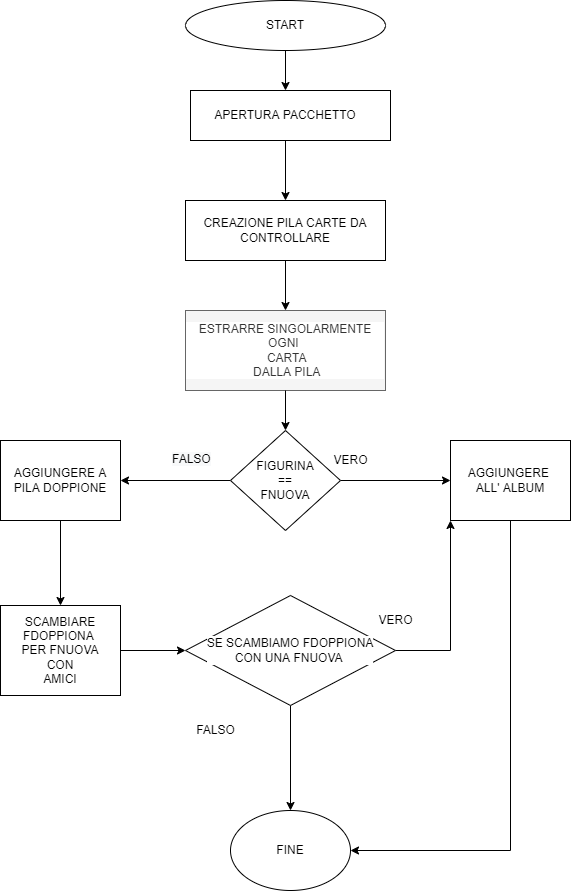
This is Diagramma_di_flusso.png from LorenzoPrimogeri/human-code, a draw.io export, as it was before one commit. Source tidied: cells renumbered, new cells last; positions are measured from the earlier drawing's top-left corner, leaving out a move shared by most shapes.
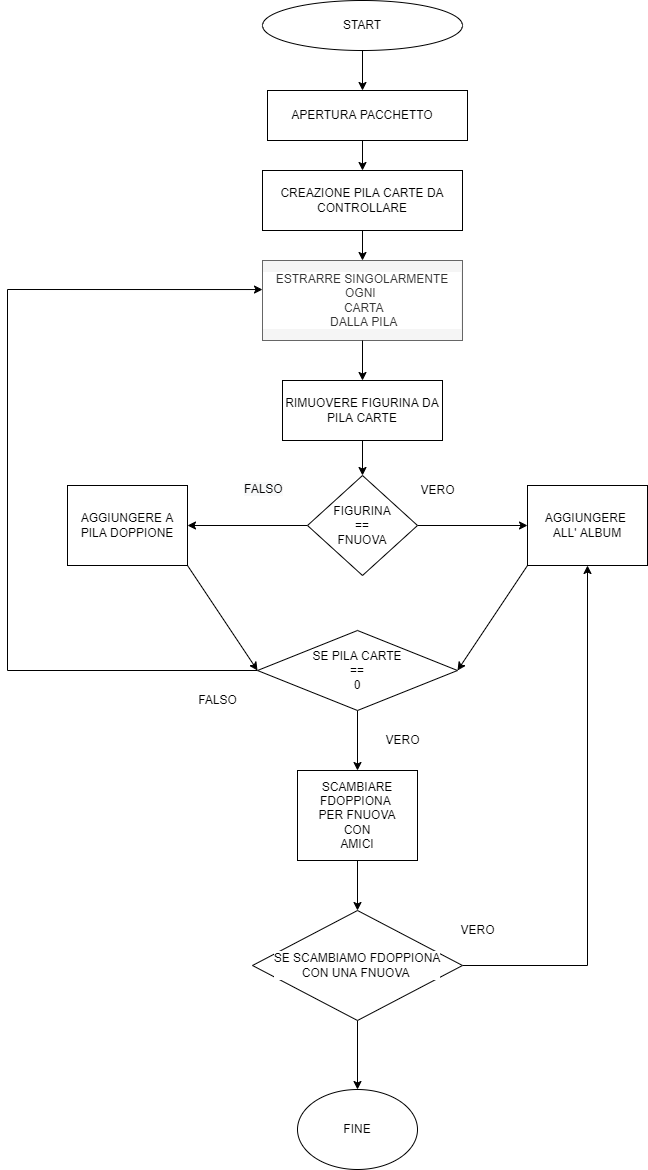
The same diagram one commit later.

The edit, as a diff of the source:
```diff
@@ -18,7 +18,7 @@
       <mxGeometry x="185" y="90" width="200" height="50" as="geometry" />
     </mxCell>
     <mxCell id="7" value="ESTRARRE SINGOLARMENTE OGNI&amp;nbsp;&lt;br&gt;&amp;nbsp;CARTA&lt;br&gt;&amp;nbsp;DALLA PILA" style="text;html=1;align=center;verticalAlign=middle;whiteSpace=wrap;rounded=0;labelBackgroundColor=#FFFFFF;fillColor=#f5f5f5;fontColor=#333333;strokeColor=#666666;" parent="1" vertex="1">
-      <mxGeometry x="185" y="310" width="200" height="80" as="geometry" />
+      <mxGeometry x="185" y="260" width="200" height="80" as="geometry" />
     </mxCell>
     <mxCell id="8" style="edgeStyle=orthogonalEdgeStyle;rounded=0;jettySize=auto;html=1;fontColor=#000000;" parent="1" edge="1" source="10" target="13">
       <mxGeometry relative="1" as="geometry" />
@@ -27,65 +27,86 @@
       <mxGeometry relative="1" as="geometry" />
     </mxCell>
     <mxCell id="10" value="FIGURINA&lt;br&gt;==&lt;br&gt;FNUOVA" style="rhombus;whiteSpace=wrap;html=1;labelBackgroundColor=#FFFFFF;fontColor=#000000;fillColor=#FFFFFF;" parent="1" vertex="1">
-      <mxGeometry x="230" y="430" width="110" height="100" as="geometry" />
+      <mxGeometry x="230" y="475" width="110" height="100" as="geometry" />
     </mxCell>
-    <mxCell id="11" style="endArrow=classic;html=1;rounded=0;fontColor=#000000;entryX=0.5;entryY=0;entryDx=0;entryDy=0;exitX=0.5;exitY=1;exitDx=0;exitDy=0;" parent="1" edge="1" source="7" target="10">
-      <mxGeometry relative="1" as="geometry" />
+    <mxCell id="11" style="endArrow=classic;html=1;rounded=0;fontColor=#000000;exitX=0.5;exitY=1;exitDx=0;exitDy=0;" parent="1" edge="1" source="7">
+      <mxGeometry relative="1" as="geometry">
+        <mxPoint x="285" y="380" as="targetPoint" />
+      </mxGeometry>
     </mxCell>
-    <mxCell id="12" style="edgeStyle=orthogonalEdgeStyle;rounded=0;jettySize=auto;html=1;entryX=1;entryY=0.5;entryDx=0;entryDy=0;fontColor=#000000;" parent="1" edge="1" source="13" target="21">
-      <mxGeometry relative="1" as="geometry">
-        <Array as="points">
-          <mxPoint x="510" y="850" />
-        </Array>
-      </mxGeometry>
-    </mxCell>
     <mxCell id="13" value="AGGIUNGERE &lt;br&gt;ALL' ALBUM" style="whiteSpace=wrap;html=1;fillColor=#FFFFFF;fontColor=#000000;labelBackgroundColor=#FFFFFF;" parent="1" vertex="1">
-      <mxGeometry x="450" y="440" width="120" height="80" as="geometry" />
+      <mxGeometry x="450" y="485" width="120" height="80" as="geometry" />
     </mxCell>
-    <mxCell id="14" style="edgeStyle=orthogonalEdgeStyle;rounded=0;jettySize=auto;html=1;fontColor=#000000;" parent="1" edge="1" source="15" target="19">
-      <mxGeometry relative="1" as="geometry" />
-    </mxCell>
     <mxCell id="15" value="AGGIUNGERE A PILA DOPPIONE" style="whiteSpace=wrap;html=1;fillColor=#FFFFFF;fontColor=#000000;labelBackgroundColor=#FFFFFF;" parent="1" vertex="1">
-      <mxGeometry y="440" width="120" height="80" as="geometry" />
+      <mxGeometry x="-10" y="485" width="120" height="80" as="geometry" />
     </mxCell>
     <mxCell id="16" value="VERO&lt;br&gt;" style="text;html=1;align=center;verticalAlign=middle;strokeColor=none;fillColor=none;fontColor=#000000;" parent="1" vertex="1">
-      <mxGeometry x="325" y="450" width="50" height="20" as="geometry" />
+      <mxGeometry x="335" y="480" width="50" height="20" as="geometry" />
     </mxCell>
     <mxCell id="17" value="&lt;span style=&quot;color: rgb(0 , 0 , 0) ; font-family: &amp;#34;helvetica&amp;#34; ; font-size: 12px ; font-style: normal ; font-weight: 400 ; letter-spacing: normal ; text-align: center ; text-indent: 0px ; text-transform: none ; word-spacing: 0px ; background-color: rgb(248 , 249 , 250) ; display: inline ; float: none&quot;&gt;FALSO&lt;br&gt;&lt;br&gt;&lt;br&gt;&lt;/span&gt;" style="text;whiteSpace=wrap;html=1;fontColor=#000000;" parent="1" vertex="1">
-      <mxGeometry x="170" y="445" width="60" height="30" as="geometry" />
+      <mxGeometry x="165" y="475" width="60" height="30" as="geometry" />
     </mxCell>
     <mxCell id="18" style="edgeStyle=orthogonalEdgeStyle;rounded=0;jettySize=auto;html=1;fontColor=#000000;" parent="1" edge="1" source="19" target="24">
       <mxGeometry relative="1" as="geometry" />
     </mxCell>
     <mxCell id="19" value="SCAMBIARE FDOPPIONA &lt;br&gt;PER FNUOVA&lt;br&gt;CON&lt;br&gt;AMICI" style="whiteSpace=wrap;html=1;fillColor=#FFFFFF;fontColor=#000000;labelBackgroundColor=#FFFFFF;" parent="1" vertex="1">
-      <mxGeometry y="605" width="120" height="90" as="geometry" />
+      <mxGeometry x="220" y="770" width="120" height="90" as="geometry" />
     </mxCell>
     <mxCell id="20" style="edgeStyle=orthogonalEdgeStyle;rounded=0;orthogonalLoop=1;jettySize=auto;html=1;entryX=0.5;entryY=1;entryDx=0;entryDy=0;fontColor=#000000;exitX=0.5;exitY=1;exitDx=0;exitDy=0;" parent="1" edge="1" source="19" target="19">
       <mxGeometry relative="1" as="geometry" />
     </mxCell>
     <mxCell id="21" value="FINE" style="ellipse;whiteSpace=wrap;html=1;labelBackgroundColor=#FFFFFF;fontColor=#000000;fillColor=#FFFFFF;" parent="1" vertex="1">
-      <mxGeometry x="230" y="810" width="120" height="80" as="geometry" />
+      <mxGeometry x="220" y="1089" width="120" height="80" as="geometry" />
     </mxCell>
+    <mxCell id="23" style="edgeStyle=orthogonalEdgeStyle;rounded=0;jettySize=auto;html=1;fontColor=#000000;" parent="1" edge="1" source="24" target="21">
+      <mxGeometry relative="1" as="geometry" />
+    </mxCell>
-    <mxCell id="22" style="edgeStyle=orthogonalEdgeStyle;rounded=0;jettySize=auto;html=1;entryX=0;entryY=1;entryDx=0;entryDy=0;fontColor=#000000;" parent="1" edge="1" source="24" target="13">
+    <mxCell id="22" style="edgeStyle=orthogonalEdgeStyle;rounded=0;jettySize=auto;html=1;entryX=0.5;entryY=1;entryDx=0;entryDy=0;fontColor=#000000;" parent="1" edge="1" source="24" target="13">
       <mxGeometry relative="1" as="geometry" />
     </mxCell>
-    <mxCell id="23" style="edgeStyle=orthogonalEdgeStyle;rounded=0;jettySize=auto;html=1;fontColor=#000000;" parent="1" edge="1" source="24" target="21">
-      <mxGeometry relative="1" as="geometry" />
-    </mxCell>
     <mxCell id="24" value="SE SCAMBIAMO FDOPPIONA&lt;br&gt;CON UNA FNUOVA&amp;nbsp;" style="rhombus;whiteSpace=wrap;html=1;labelBackgroundColor=#FFFFFF;fontColor=#000000;fillColor=#FFFFFF;" parent="1" vertex="1">
-      <mxGeometry x="185" y="595" width="210" height="110" as="geometry" />
+      <mxGeometry x="175" y="910" width="210" height="110" as="geometry" />
     </mxCell>
-    <mxCell id="25" value="FALSO&lt;br&gt;" style="text;html=1;align=center;verticalAlign=middle;strokeColor=none;fillColor=none;fontColor=#000000;" parent="1" vertex="1">
-      <mxGeometry x="190" y="720" width="50" height="20" as="geometry" />
-    </mxCell>
     <mxCell id="26" value="VERO&lt;br&gt;" style="text;html=1;align=center;verticalAlign=middle;strokeColor=none;fillColor=none;fontColor=#000000;" parent="1" vertex="1">
-      <mxGeometry x="370" y="610" width="50" height="20" as="geometry" />
+      <mxGeometry x="300" y="730" width="50" height="20" as="geometry" />
     </mxCell>
     <mxCell id="27" style="edgeStyle=orthogonalEdgeStyle;rounded=0;jettySize=auto;html=1;entryX=0.5;entryY=0;entryDx=0;entryDy=0;fontColor=#000000;" parent="1" edge="1" source="28" target="7">
       <mxGeometry relative="1" as="geometry" />
     </mxCell>
     <mxCell id="28" value="CREAZIONE PILA CARTE DA CONTROLLARE" style="rounded=0;whiteSpace=wrap;html=1;labelBackgroundColor=#FFFFFF;fontColor=#000000;fillColor=#FFFFFF;" parent="1" vertex="1">
-      <mxGeometry x="185" y="200" width="200" height="60" as="geometry" />
+      <mxGeometry x="185" y="170" width="200" height="60" as="geometry" />
     </mxCell>
+    <mxCell id="29" style="edgeStyle=orthogonalEdgeStyle;rounded=0;jettySize=auto;html=1;entryX=0.5;entryY=0;entryDx=0;entryDy=0;fontColor=#000000;" parent="1" edge="1" source="30" target="10">
+      <mxGeometry relative="1" as="geometry" />
+    </mxCell>
+    <mxCell id="30" value="RIMUOVERE FIGURINA DA PILA CARTE" style="rounded=0;whiteSpace=wrap;html=1;labelBackgroundColor=#FFFFFF;fontColor=#000000;fillColor=#FFFFFF;" parent="1" vertex="1">
+      <mxGeometry x="205" y="380" width="160" height="60" as="geometry" />
+    </mxCell>
+    <mxCell id="31" style="endArrow=classic;html=1;rounded=0;fontColor=#000000;exitX=1;exitY=1;exitDx=0;exitDy=0;entryX=0;entryY=0.5;entryDx=0;entryDy=0;" parent="1" edge="1" source="15" target="34">
+      <mxGeometry relative="1" as="geometry" />
+    </mxCell>
+    <mxCell id="32" style="edgeStyle=orthogonalEdgeStyle;rounded=0;jettySize=auto;html=1;entryX=0.5;entryY=0;entryDx=0;entryDy=0;fontColor=#000000;" parent="1" edge="1" source="34" target="19">
+      <mxGeometry relative="1" as="geometry" />
+    </mxCell>
+    <mxCell id="33" style="edgeStyle=orthogonalEdgeStyle;rounded=0;jettySize=auto;html=1;entryX=0;entryY=0.363;entryDx=0;entryDy=0;entryPerimeter=0;fontColor=#000000;" parent="1" edge="1" source="34" target="7">
+      <mxGeometry relative="1" as="geometry">
+        <Array as="points">
+          <mxPoint x="-70" y="670" />
+          <mxPoint x="-70" y="289" />
+        </Array>
+      </mxGeometry>
+    </mxCell>
+    <mxCell id="34" value="SE PILA CARTE&lt;br&gt;==&lt;br&gt;0" style="rhombus;whiteSpace=wrap;html=1;labelBackgroundColor=#FFFFFF;fontColor=#000000;fillColor=#FFFFFF;" parent="1" vertex="1">
+      <mxGeometry x="180" y="630" width="200" height="80" as="geometry" />
+    </mxCell>
+    <mxCell id="35" style="endArrow=classic;html=1;rounded=0;fontColor=#000000;exitX=0;exitY=1;exitDx=0;exitDy=0;entryX=1;entryY=0.5;entryDx=0;entryDy=0;" parent="1" edge="1" source="13" target="34">
+      <mxGeometry relative="1" as="geometry" />
+    </mxCell>
+    <mxCell id="25" value="FALSO" style="text;html=1;align=center;verticalAlign=middle;strokeColor=none;fillColor=none;fontColor=#000000;" parent="1" vertex="1">
+      <mxGeometry x="115" y="690" width="50" height="20" as="geometry" />
+    </mxCell>
+    <mxCell id="36" value="VERO&lt;br&gt;" style="text;html=1;align=center;verticalAlign=middle;strokeColor=none;fillColor=none;fontColor=#000000;" parent="1" vertex="1">
+      <mxGeometry x="375" y="920" width="50" height="20" as="geometry" />
+    </mxCell>
   </root>
 </mxGraphModel>
```
